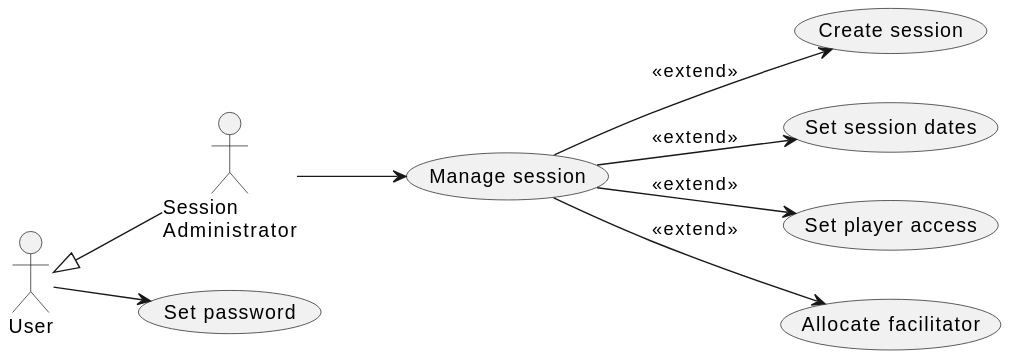
This is doc/1-use-cases/diagrams/session-administration.svg from averbraeck/gscg-design, a PlantUML export, as it was before one commit. The source it was exported from:
```plantuml
@startuml
left to right direction

"Session\nAdministrator" as SA
User <|-- SA

User --> (Set password)

SA --> (Manage session)
(Manage session) --> (Create session) : << extend >>
(Manage session) --> (Set session dates) : << extend >>
(Manage session) --> (Set player access) : << extend >>
(Manage session) --> (Allocate facilitator) : << extend >>
@enduml
```
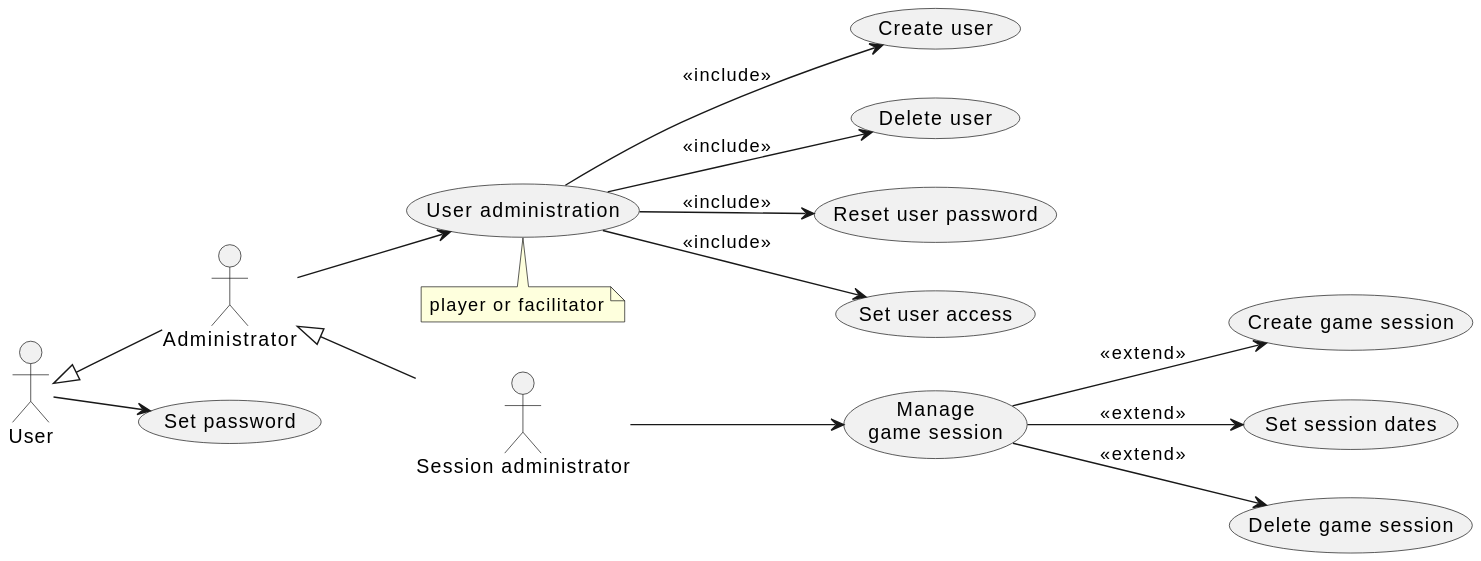
After the change.

The edit, as a diff of the source:
```diff
@@ -1,14 +1,25 @@
 @startuml
 left to right direction
 
-"Session\nAdministrator" as SA
-User <|-- SA
+"Session administrator" as SA
+User <|-- Administrator
+Administrator <|-- SA
 
 User --> (Set password)
 
-SA --> (Manage session)
-(Manage session) --> (Create session) : << extend >>
-(Manage session) --> (Set session dates) : << extend >>
-(Manage session) --> (Set player access) : << extend >>
-(Manage session) --> (Allocate facilitator) : << extend >>
+Administrator --> (User administration)
+note bottom
+  player or facilitator
+end note
+
+(User administration) --> (Create user) : << include >>
+(User administration) --> (Delete user) : << include >>
+(User administration) --> (Reset user password) : << include >>
+(User administration) --> (Set user access) : << include >>
+
+"Manage\ngame session" as (Manage)
+SA --> Manage
+Manage --> (Create game session) : << extend >>
+Manage --> (Set session dates) : << extend >>
+Manage --> (Delete game session) : << extend >>
 @enduml
```
